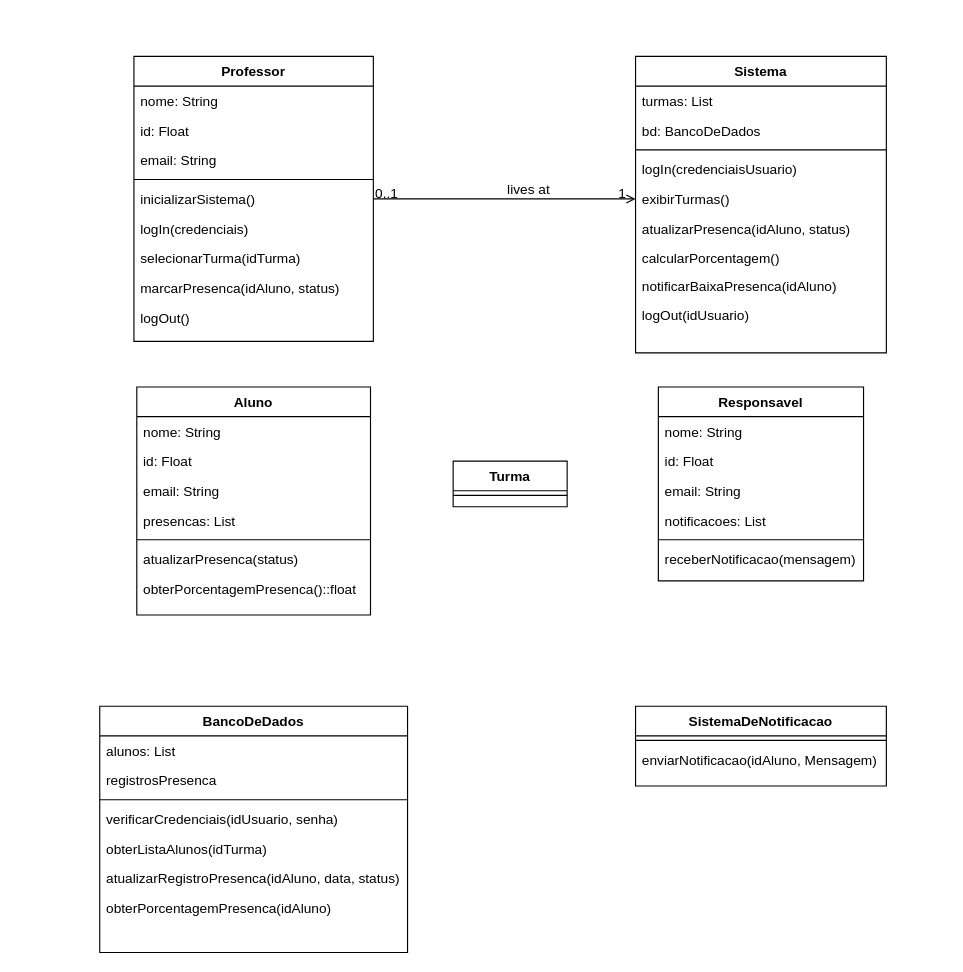
cc4semestre/projeto keeps this draw.io diagram as Diagramas/Diagrama de Classe.drawio. Above is the earlier version. Source tidied: cells renumbered, new cells numbered last; positions are measured from the earlier drawing's top-left corner, leaving out a move shared by most shapes. Both pictures are drawn from the tidied source at 114%, with x=0, y=0 at pixel (99, 56).
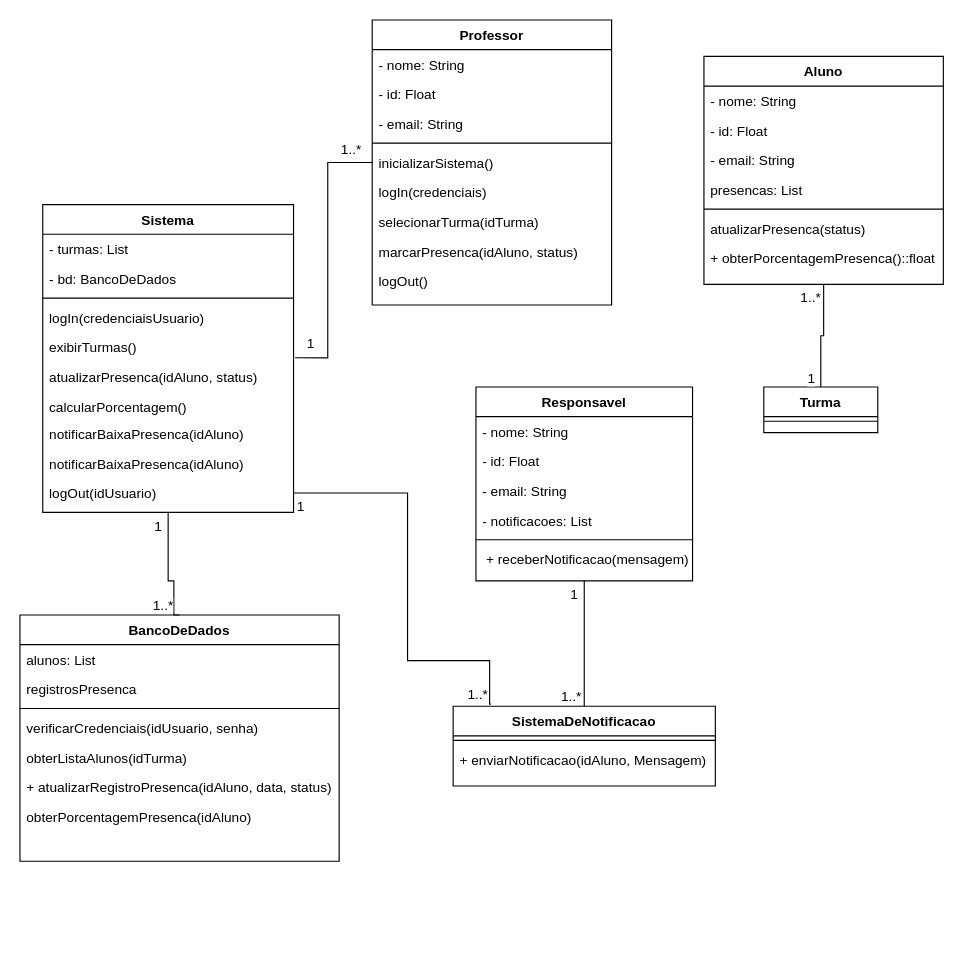
Above is the later version.

The change refers to these unchanged cells:
```xml
<mxCell id="7" value="inicializarSistema()" style="text;align=left;verticalAlign=top;spacingLeft=4;spacingRight=4;overflow=hidden;points=[[0,0.5],[1,0.5]];portConstraint=eastwest;" parent="2" vertex="1">
  <mxGeometry y="112" width="210" height="26" as="geometry" />
</mxCell>
<mxCell id="33" value="atualizarPresenca(idAluno, status)" style="text;align=left;verticalAlign=top;spacingLeft=4;spacingRight=4;overflow=hidden;points=[[0,0.5],[1,0.5]];portConstraint=eastwest;" parent="27" vertex="1">
  <mxGeometry y="138" width="220" height="26" as="geometry" />
</mxCell>
```

Change to the diagram source:
```diff
@@
     <mxCell id="2" value="Professor" style="swimlane;fontStyle=1;align=center;verticalAlign=top;horizontal=1;startSize=26;rounded=0;shadow=0;strokeWidth=1;" parent="1" vertex="1">
-      <mxGeometry x="30" width="210" height="250" as="geometry" />
+      <mxGeometry x="239" y="-32" width="210" height="250" as="geometry" />
     </mxCell>
-    <mxCell id="3" value="nome: String" style="text;align=left;verticalAlign=top;spacingLeft=4;spacingRight=4;overflow=hidden;" parent="2" vertex="1">
+    <mxCell id="3" value="- nome: String" style="text;align=left;verticalAlign=top;spacingLeft=4;spacingRight=4;overflow=hidden;" parent="2" vertex="1">
       <mxGeometry y="26" width="210" height="26" as="geometry" />
     </mxCell>
-    <mxCell id="4" value="id: Float" style="text;align=left;verticalAlign=top;spacingLeft=4;spacingRight=4;overflow=hidden;rounded=0;shadow=0;html=0;" parent="2" vertex="1">
+    <mxCell id="4" value="- id: Float" style="text;align=left;verticalAlign=top;spacingLeft=4;spacingRight=4;overflow=hidden;rounded=0;shadow=0;html=0;" parent="2" vertex="1">
       <mxGeometry y="52" width="210" height="26" as="geometry" />
     </mxCell>
-    <mxCell id="5" value="email: String" style="text;align=left;verticalAlign=top;spacingLeft=4;spacingRight=4;overflow=hidden;rounded=0;shadow=0;html=0;" parent="2" vertex="1">
+    <mxCell id="5" value="- email: String" style="text;align=left;verticalAlign=top;spacingLeft=4;spacingRight=4;overflow=hidden;rounded=0;shadow=0;html=0;" parent="2" vertex="1">
       <mxGeometry y="78" width="210" height="26" as="geometry" />
     </mxCell>
@@
     <mxCell id="12" value="Responsavel" style="swimlane;fontStyle=1;align=center;verticalAlign=top;horizontal=1;startSize=26;rounded=0;shadow=0;strokeWidth=1;" parent="1" vertex="1">
-      <mxGeometry x="490" y="290" width="180" height="170" as="geometry" />
+      <mxGeometry x="330" y="290" width="190" height="170" as="geometry" />
     </mxCell>
-    <mxCell id="13" value="nome: String" style="text;align=left;verticalAlign=top;spacingLeft=4;spacingRight=4;overflow=hidden;" parent="12" vertex="1">
-      <mxGeometry y="26" width="180" height="26" as="geometry" />
+    <mxCell id="13" value="- nome: String" style="text;align=left;verticalAlign=top;spacingLeft=4;spacingRight=4;overflow=hidden;" parent="12" vertex="1">
+      <mxGeometry y="26" width="190" height="26" as="geometry" />
     </mxCell>
-    <mxCell id="14" value="id: Float" style="text;align=left;verticalAlign=top;spacingLeft=4;spacingRight=4;overflow=hidden;rounded=0;shadow=0;html=0;" parent="12" vertex="1">
-      <mxGeometry y="52" width="180" height="26" as="geometry" />
+    <mxCell id="14" value="- id: Float" style="text;align=left;verticalAlign=top;spacingLeft=4;spacingRight=4;overflow=hidden;rounded=0;shadow=0;html=0;" parent="12" vertex="1">
+      <mxGeometry y="52" width="190" height="26" as="geometry" />
     </mxCell>
-    <mxCell id="15" value="email: String" style="text;align=left;verticalAlign=top;spacingLeft=4;spacingRight=4;overflow=hidden;rounded=0;shadow=0;html=0;" parent="12" vertex="1">
-      <mxGeometry y="78" width="180" height="26" as="geometry" />
+    <mxCell id="15" value="- email: String" style="text;align=left;verticalAlign=top;spacingLeft=4;spacingRight=4;overflow=hidden;rounded=0;shadow=0;html=0;" parent="12" vertex="1">
+      <mxGeometry y="78" width="190" height="26" as="geometry" />
     </mxCell>
-    <mxCell id="16" value="notificacoes: List" style="text;align=left;verticalAlign=top;spacingLeft=4;spacingRight=4;overflow=hidden;rounded=0;shadow=0;html=0;" parent="12" vertex="1">
-      <mxGeometry y="104" width="180" height="26" as="geometry" />
+    <mxCell id="16" value="- notificacoes: List" style="text;align=left;verticalAlign=top;spacingLeft=4;spacingRight=4;overflow=hidden;rounded=0;shadow=0;html=0;" parent="12" vertex="1">
+      <mxGeometry y="104" width="190" height="26" as="geometry" />
     </mxCell>
     <mxCell id="17" style="line;html=1;strokeWidth=1;align=left;verticalAlign=middle;spacingTop=-1;spacingLeft=3;spacingRight=3;labelPosition=right;" parent="12" vertex="1">
-      <mxGeometry y="130" width="180" height="8" as="geometry" />
+      <mxGeometry y="130" width="190" height="8" as="geometry" />
     </mxCell>
-    <mxCell id="18" value="receberNotificacao(mensagem)&#10;" style="text;align=left;verticalAlign=top;spacingLeft=4;spacingRight=4;overflow=hidden;" parent="12" vertex="1">
-      <mxGeometry y="138" width="180" height="26" as="geometry" />
+    <mxCell id="18" value=" + receberNotificacao(mensagem)&#10;" style="text;align=left;verticalAlign=top;spacingLeft=4;spacingRight=4;overflow=hidden;" parent="12" vertex="1">
+      <mxGeometry y="138" width="190" height="26" as="geometry" />
     </mxCell>
     <mxCell id="19" value="Aluno" style="swimlane;fontStyle=1;align=center;verticalAlign=top;horizontal=1;startSize=26;rounded=0;shadow=0;strokeWidth=1;" parent="1" vertex="1">
-      <mxGeometry x="32.5" y="290" width="205" height="200" as="geometry" />
+      <mxGeometry x="530" width="210" height="200" as="geometry" />
     </mxCell>
-    <mxCell id="20" value="nome: String" style="text;align=left;verticalAlign=top;spacingLeft=4;spacingRight=4;overflow=hidden;" parent="19" vertex="1">
-      <mxGeometry y="26" width="205" height="26" as="geometry" />
+    <mxCell id="20" value="- nome: String" style="text;align=left;verticalAlign=top;spacingLeft=4;spacingRight=4;overflow=hidden;" parent="19" vertex="1">
+      <mxGeometry y="26" width="210" height="26" as="geometry" />
     </mxCell>
-    <mxCell id="21" value="id: Float" style="text;align=left;verticalAlign=top;spacingLeft=4;spacingRight=4;overflow=hidden;rounded=0;shadow=0;html=0;" parent="19" vertex="1">
-      <mxGeometry y="52" width="205" height="26" as="geometry" />
+    <mxCell id="21" value="- id: Float" style="text;align=left;verticalAlign=top;spacingLeft=4;spacingRight=4;overflow=hidden;rounded=0;shadow=0;html=0;" parent="19" vertex="1">
+      <mxGeometry y="52" width="210" height="26" as="geometry" />
     </mxCell>
-    <mxCell id="22" value="email: String" style="text;align=left;verticalAlign=top;spacingLeft=4;spacingRight=4;overflow=hidden;rounded=0;shadow=0;html=0;" parent="19" vertex="1">
-      <mxGeometry y="78" width="205" height="26" as="geometry" />
+    <mxCell id="22" value="- email: String" style="text;align=left;verticalAlign=top;spacingLeft=4;spacingRight=4;overflow=hidden;rounded=0;shadow=0;html=0;" parent="19" vertex="1">
+      <mxGeometry y="78" width="210" height="26" as="geometry" />
     </mxCell>
     <mxCell id="23" value="presencas: List" style="text;align=left;verticalAlign=top;spacingLeft=4;spacingRight=4;overflow=hidden;rounded=0;shadow=0;html=0;" parent="19" vertex="1">
-      <mxGeometry y="104" width="205" height="26" as="geometry" />
+      <mxGeometry y="104" width="210" height="26" as="geometry" />
     </mxCell>
     <mxCell id="24" style="line;html=1;strokeWidth=1;align=left;verticalAlign=middle;spacingTop=-1;spacingLeft=3;spacingRight=3;labelPosition=right;" parent="19" vertex="1">
-      <mxGeometry y="130" width="205" height="8" as="geometry" />
+      <mxGeometry y="130" width="210" height="8" as="geometry" />
     </mxCell>
     <mxCell id="25" value="atualizarPresenca(status)" style="text;align=left;verticalAlign=top;spacingLeft=4;spacingRight=4;overflow=hidden;" parent="19" vertex="1">
-      <mxGeometry y="138" width="205" height="26" as="geometry" />
+      <mxGeometry y="138" width="210" height="26" as="geometry" />
     </mxCell>
-    <mxCell id="26" value="obterPorcentagemPresenca()::float" style="text;align=left;verticalAlign=top;spacingLeft=4;spacingRight=4;overflow=hidden;" parent="19" vertex="1">
-      <mxGeometry y="164" width="205" height="26" as="geometry" />
+    <mxCell id="26" value="+ obterPorcentagemPresenca()::float" style="text;align=left;verticalAlign=top;spacingLeft=4;spacingRight=4;overflow=hidden;" parent="19" vertex="1">
+      <mxGeometry y="164" width="210" height="26" as="geometry" />
     </mxCell>
     <mxCell id="27" value="Sistema" style="swimlane;fontStyle=1;align=center;verticalAlign=top;horizontal=1;startSize=26;rounded=0;shadow=0;strokeWidth=1;" parent="1" vertex="1">
-      <mxGeometry x="470" width="220" height="260" as="geometry" />
+      <mxGeometry x="-50" y="130" width="220" height="270" as="geometry" />
     </mxCell>
-    <mxCell id="28" value="turmas: List" style="text;align=left;verticalAlign=top;spacingLeft=4;spacingRight=4;overflow=hidden;" parent="27" vertex="1">
+    <mxCell id="28" value="- turmas: List" style="text;align=left;verticalAlign=top;spacingLeft=4;spacingRight=4;overflow=hidden;" parent="27" vertex="1">
       <mxGeometry y="26" width="220" height="26" as="geometry" />
     </mxCell>
-    <mxCell id="29" value="bd: BancoDeDados" style="text;align=left;verticalAlign=top;spacingLeft=4;spacingRight=4;overflow=hidden;rounded=0;shadow=0;html=0;" parent="27" vertex="1">
+    <mxCell id="29" value="- bd: BancoDeDados" style="text;align=left;verticalAlign=top;spacingLeft=4;spacingRight=4;overflow=hidden;rounded=0;shadow=0;html=0;" parent="27" vertex="1">
       <mxGeometry y="52" width="220" height="26" as="geometry" />
     </mxCell>
@@
+    <mxCell id="54" value="notificarBaixaPresenca(idAluno)" style="text;align=left;verticalAlign=top;spacingLeft=4;spacingRight=4;overflow=hidden;" parent="27" vertex="1">
+      <mxGeometry y="188" width="220" height="26" as="geometry" />
+    </mxCell>
     <mxCell id="35" value="notificarBaixaPresenca(idAluno)" style="text;align=left;verticalAlign=top;spacingLeft=4;spacingRight=4;overflow=hidden;" parent="27" vertex="1">
-      <mxGeometry y="188" width="220" height="26" as="geometry" />
+      <mxGeometry y="214" width="220" height="26" as="geometry" />
     </mxCell>
     <mxCell id="36" value="logOut(idUsuario)" style="text;align=left;verticalAlign=top;spacingLeft=4;spacingRight=4;overflow=hidden;points=[[0,0.5],[1,0.5]];portConstraint=eastwest;" parent="27" vertex="1">
-      <mxGeometry y="214" width="220" height="26" as="geometry" />
+      <mxGeometry y="240" width="220" height="26" as="geometry" />
     </mxCell>
-    <mxCell id="37" style="endArrow=open;shadow=0;strokeWidth=1;rounded=0;curved=0;endFill=1;edgeStyle=elbowEdgeStyle;elbow=vertical;" parent="1" edge="1" source="2" target="27">
-      <mxGeometry x="0.5" y="41" relative="1" as="geometry">
-        <mxPoint x="-40" y="32" as="offset" />
-      </mxGeometry>
-    </mxCell>
-    <mxCell id="38" value="0..1" style="align=left;verticalAlign=bottom;labelBackgroundColor=none;fontSize=12;" parent="37" vertex="1">
-      <mxGeometry x="-1" relative="1" as="geometry">
-        <mxPoint y="4" as="offset" />
-      </mxGeometry>
-    </mxCell>
-    <mxCell id="39" value="1" style="align=right;verticalAlign=bottom;labelBackgroundColor=none;fontSize=12;" parent="37" vertex="1">
-      <mxGeometry x="1" relative="1" as="geometry">
-        <mxPoint x="-7" y="4" as="offset" />
-      </mxGeometry>
-    </mxCell>
-    <mxCell id="40" value="lives at" style="text;html=1;align=center;verticalAlign=middle;labelBackgroundColor=none;rounded=0;shadow=0;strokeWidth=1;fontSize=12;" parent="37" vertex="1">
-      <mxGeometry x="0.5" y="49" relative="1" as="geometry">
-        <mxPoint x="-38" y="40" as="offset" />
-      </mxGeometry>
-    </mxCell>
     <mxCell id="41" value="SistemaDeNotificacao" style="swimlane;fontStyle=1;align=center;verticalAlign=top;horizontal=1;startSize=26;rounded=0;shadow=0;strokeWidth=1;" parent="1" vertex="1">
-      <mxGeometry x="470" y="570" width="220" height="70" as="geometry" />
+      <mxGeometry x="310" y="570" width="230" height="70" as="geometry" />
     </mxCell>
     <mxCell id="42" style="line;html=1;strokeWidth=1;align=left;verticalAlign=middle;spacingTop=-1;spacingLeft=3;spacingRight=3;labelPosition=right;" parent="41" vertex="1">
-      <mxGeometry y="26" width="220" height="8" as="geometry" />
+      <mxGeometry y="26" width="230" height="8" as="geometry" />
     </mxCell>
-    <mxCell id="43" value="enviarNotificacao(idAluno, Mensagem)" style="text;align=left;verticalAlign=top;spacingLeft=4;spacingRight=4;overflow=hidden;" parent="41" vertex="1">
-      <mxGeometry y="34" width="220" height="30" as="geometry" />
+    <mxCell id="43" value="+ enviarNotificacao(idAluno, Mensagem)" style="text;align=left;verticalAlign=top;spacingLeft=4;spacingRight=4;overflow=hidden;" parent="41" vertex="1">
+      <mxGeometry y="34" width="230" height="30" as="geometry" />
     </mxCell>
     <mxCell id="44" value="BancoDeDados" style="swimlane;fontStyle=1;align=center;verticalAlign=top;horizontal=1;startSize=26;rounded=0;shadow=0;strokeWidth=1;" parent="1" vertex="1">
-      <mxGeometry y="570" width="270" height="216" as="geometry" />
+      <mxGeometry x="-70" y="490" width="280" height="216" as="geometry" />
     </mxCell>
     <mxCell id="45" value="alunos: List" style="text;align=left;verticalAlign=top;spacingLeft=4;spacingRight=4;overflow=hidden;" parent="44" vertex="1">
-      <mxGeometry y="26" width="270" height="26" as="geometry" />
+      <mxGeometry y="26" width="280" height="26" as="geometry" />
     </mxCell>
     <mxCell id="46" value="registrosPresenca" style="text;align=left;verticalAlign=top;spacingLeft=4;spacingRight=4;overflow=hidden;rounded=0;shadow=0;html=0;" parent="44" vertex="1">
-      <mxGeometry y="52" width="270" height="26" as="geometry" />
+      <mxGeometry y="52" width="280" height="26" as="geometry" />
     </mxCell>
     <mxCell id="47" style="line;html=1;strokeWidth=1;align=left;verticalAlign=middle;spacingTop=-1;spacingLeft=3;spacingRight=3;labelPosition=right;" parent="44" vertex="1">
-      <mxGeometry y="78" width="270" height="8" as="geometry" />
+      <mxGeometry y="78" width="280" height="8" as="geometry" />
     </mxCell>
     <mxCell id="48" value="verificarCredenciais(idUsuario, senha)" style="text;align=left;verticalAlign=top;spacingLeft=4;spacingRight=4;overflow=hidden;" parent="44" vertex="1">
-      <mxGeometry y="86" width="270" height="26" as="geometry" />
+      <mxGeometry y="86" width="280" height="26" as="geometry" />
     </mxCell>
     <mxCell id="49" value="obterListaAlunos(idTurma)" style="text;align=left;verticalAlign=top;spacingLeft=4;spacingRight=4;overflow=hidden;" parent="44" vertex="1">
-      <mxGeometry y="112" width="270" height="26" as="geometry" />
+      <mxGeometry y="112" width="280" height="26" as="geometry" />
     </mxCell>
-    <mxCell id="50" value="atualizarRegistroPresenca(idAluno, data, status)" style="text;align=left;verticalAlign=top;spacingLeft=4;spacingRight=4;overflow=hidden;" parent="44" vertex="1">
-      <mxGeometry y="138" width="270" height="26" as="geometry" />
+    <mxCell id="50" value="+ atualizarRegistroPresenca(idAluno, data, status)" style="text;align=left;verticalAlign=top;spacingLeft=4;spacingRight=4;overflow=hidden;" parent="44" vertex="1">
+      <mxGeometry y="138" width="280" height="26" as="geometry" />
     </mxCell>
     <mxCell id="51" value="obterPorcentagemPresenca(idAluno)" style="text;align=left;verticalAlign=top;spacingLeft=4;spacingRight=4;overflow=hidden;" parent="44" vertex="1">
-      <mxGeometry y="164" width="270" height="26" as="geometry" />
+      <mxGeometry y="164" width="280" height="26" as="geometry" />
     </mxCell>
     <mxCell id="52" value="Turma" style="swimlane;fontStyle=1;align=center;verticalAlign=top;horizontal=1;startSize=26;rounded=0;shadow=0;strokeWidth=1;" parent="1" vertex="1">
-      <mxGeometry x="310" y="355" width="100" height="40" as="geometry" />
+      <mxGeometry x="582.5" y="290" width="100" height="40" as="geometry" />
     </mxCell>
@@
+    <mxCell id="55" style="endArrow=none;html=1;edgeStyle=orthogonalEdgeStyle;rounded=0;entryX=0;entryY=0.5;entryDx=0;entryDy=0;labelPosition=center;verticalLabelPosition=middle;align=center;verticalAlign=middle;exitX=1.006;exitY=-0.14;exitDx=0;exitDy=0;exitPerimeter=0;" parent="1" edge="1" source="33" target="7">
+      <mxGeometry relative="1" as="geometry">
+        <Array as="points">
+          <mxPoint x="200" y="264" />
+          <mxPoint x="200" y="93" />
+        </Array>
+      </mxGeometry>
+    </mxCell>
+    <mxCell id="56" value="&lt;font style=&quot;font-size: 12px;&quot;&gt;1..*&lt;/font&gt;" style="edgeLabel;html=1;align=right;verticalAlign=bottom;rotation=0;" parent="55" vertex="1">
+      <mxGeometry x="1" relative="1" as="geometry">
+        <mxPoint x="-9" y="-3" as="offset" />
+      </mxGeometry>
+    </mxCell>
+    <mxCell id="57" value="1" style="edgeLabel;html=1;align=left;verticalAlign=bottom;fontSize=12;" parent="55" vertex="1">
+      <mxGeometry x="-1" relative="1" as="geometry">
+        <mxPoint x="9" y="-4" as="offset" />
+      </mxGeometry>
+    </mxCell>
+    <mxCell id="58" style="endArrow=none;html=1;edgeStyle=orthogonalEdgeStyle;rounded=0;entryX=0.5;entryY=0;entryDx=0;entryDy=0;labelPosition=center;verticalLabelPosition=middle;align=center;verticalAlign=middle;exitX=0.5;exitY=1;exitDx=0;exitDy=0;" parent="1" edge="1" source="19" target="52">
+      <mxGeometry relative="1" as="geometry" />
+    </mxCell>
+    <mxCell id="59" value="&lt;font style=&quot;font-size: 12px;&quot;&gt;1&lt;/font&gt;" style="edgeLabel;html=1;align=right;verticalAlign=bottom;rotation=0;" parent="58" vertex="1">
+      <mxGeometry x="1" relative="1" as="geometry">
+        <mxPoint x="-5" as="offset" />
+      </mxGeometry>
+    </mxCell>
+    <mxCell id="60" value="1..*" style="edgeLabel;html=1;align=left;verticalAlign=bottom;fontSize=12;" parent="58" vertex="1">
+      <mxGeometry x="-1" relative="1" as="geometry">
+        <mxPoint x="-22" y="20" as="offset" />
+      </mxGeometry>
+    </mxCell>
+    <mxCell id="61" style="endArrow=none;html=1;edgeStyle=orthogonalEdgeStyle;rounded=0;labelPosition=center;verticalLabelPosition=middle;align=center;verticalAlign=middle;exitX=0.5;exitY=0;exitDx=0;exitDy=0;entryX=0.5;entryY=1;entryDx=0;entryDy=0;" parent="1" edge="1" source="41" target="12">
+      <mxGeometry relative="1" as="geometry" />
+    </mxCell>
+    <mxCell id="62" value="&lt;font style=&quot;font-size: 12px;&quot;&gt;1&lt;/font&gt;" style="edgeLabel;html=1;align=right;verticalAlign=bottom;rotation=0;" parent="61" vertex="1">
+      <mxGeometry x="1" relative="1" as="geometry">
+        <mxPoint x="-5" y="20" as="offset" />
+      </mxGeometry>
+    </mxCell>
+    <mxCell id="63" value="1..*" style="edgeLabel;html=1;align=left;verticalAlign=bottom;fontSize=12;" parent="61" vertex="1">
+      <mxGeometry x="-1" relative="1" as="geometry">
+        <mxPoint x="-22" as="offset" />
+      </mxGeometry>
+    </mxCell>
+    <mxCell id="64" style="endArrow=none;html=1;edgeStyle=orthogonalEdgeStyle;rounded=0;labelPosition=center;verticalLabelPosition=middle;align=center;verticalAlign=middle;entryX=1;entryY=0.5;entryDx=0;entryDy=0;exitX=0.144;exitY=-0.026;exitDx=0;exitDy=0;exitPerimeter=0;" parent="1" edge="1" source="41" target="36">
+      <mxGeometry relative="1" as="geometry">
+        <Array as="points">
+          <mxPoint x="342" y="530" />
+          <mxPoint x="270" y="530" />
+          <mxPoint x="270" y="383" />
+        </Array>
+      </mxGeometry>
+    </mxCell>
+    <mxCell id="65" value="&lt;font style=&quot;font-size: 12px;&quot;&gt;1&lt;/font&gt;" style="edgeLabel;html=1;align=right;verticalAlign=bottom;rotation=0;" parent="64" vertex="1">
+      <mxGeometry x="1" relative="1" as="geometry">
+        <mxPoint x="10" y="20" as="offset" />
+      </mxGeometry>
+    </mxCell>
+    <mxCell id="66" value="1..*" style="edgeLabel;html=1;align=left;verticalAlign=bottom;fontSize=12;" parent="64" vertex="1">
+      <mxGeometry x="-1" relative="1" as="geometry">
+        <mxPoint x="-22" as="offset" />
+      </mxGeometry>
+    </mxCell>
+    <mxCell id="67" style="endArrow=none;html=1;edgeStyle=orthogonalEdgeStyle;rounded=0;labelPosition=center;verticalLabelPosition=middle;align=center;verticalAlign=middle;exitX=0.5;exitY=0;exitDx=0;exitDy=0;entryX=0.5;entryY=1;entryDx=0;entryDy=0;" parent="1" edge="1" source="44" target="27">
+      <mxGeometry relative="1" as="geometry">
+        <Array as="points">
+          <mxPoint x="65" y="460" />
+          <mxPoint x="60" y="460" />
+        </Array>
+      </mxGeometry>
+    </mxCell>
+    <mxCell id="68" value="&lt;font style=&quot;font-size: 12px;&quot;&gt;1&lt;/font&gt;" style="edgeLabel;html=1;align=right;verticalAlign=bottom;rotation=0;" parent="67" vertex="1">
+      <mxGeometry x="1" relative="1" as="geometry">
+        <mxPoint x="-5" y="21" as="offset" />
+      </mxGeometry>
+    </mxCell>
+    <mxCell id="69" value="1..*" style="edgeLabel;html=1;align=left;verticalAlign=bottom;fontSize=12;" parent="67" vertex="1">
+      <mxGeometry x="-1" relative="1" as="geometry">
+        <mxPoint x="-25" as="offset" />
+      </mxGeometry>
+    </mxCell>
```
